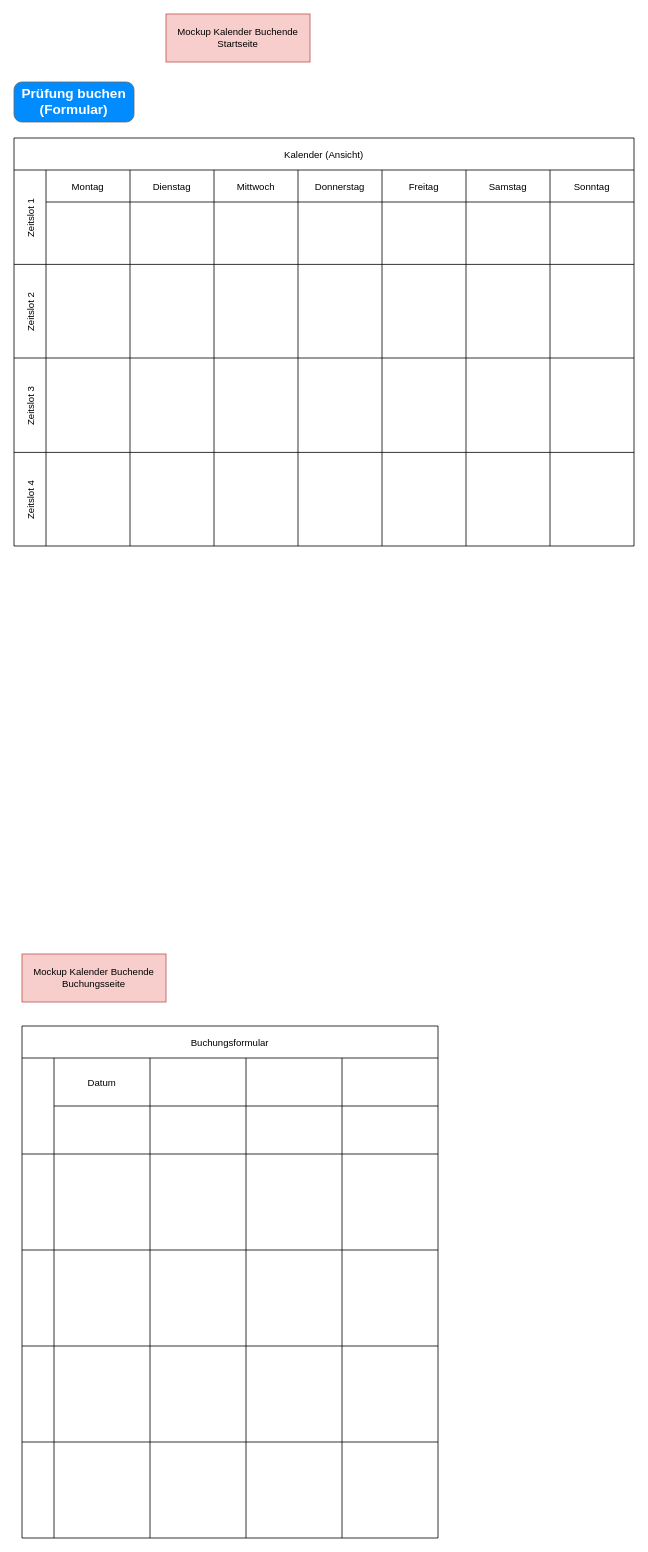
Before: buchende.drawio in melanietreitinger/buchungstool, a draw.io diagram. Source tidied: cells renumbered, new cells numbered last; positions are measured from the earlier drawing's top-left corner, leaving out a move shared by most shapes. Both pictures are drawn from the tidied source at 80%, with x=0, y=0 at pixel (14, 14).
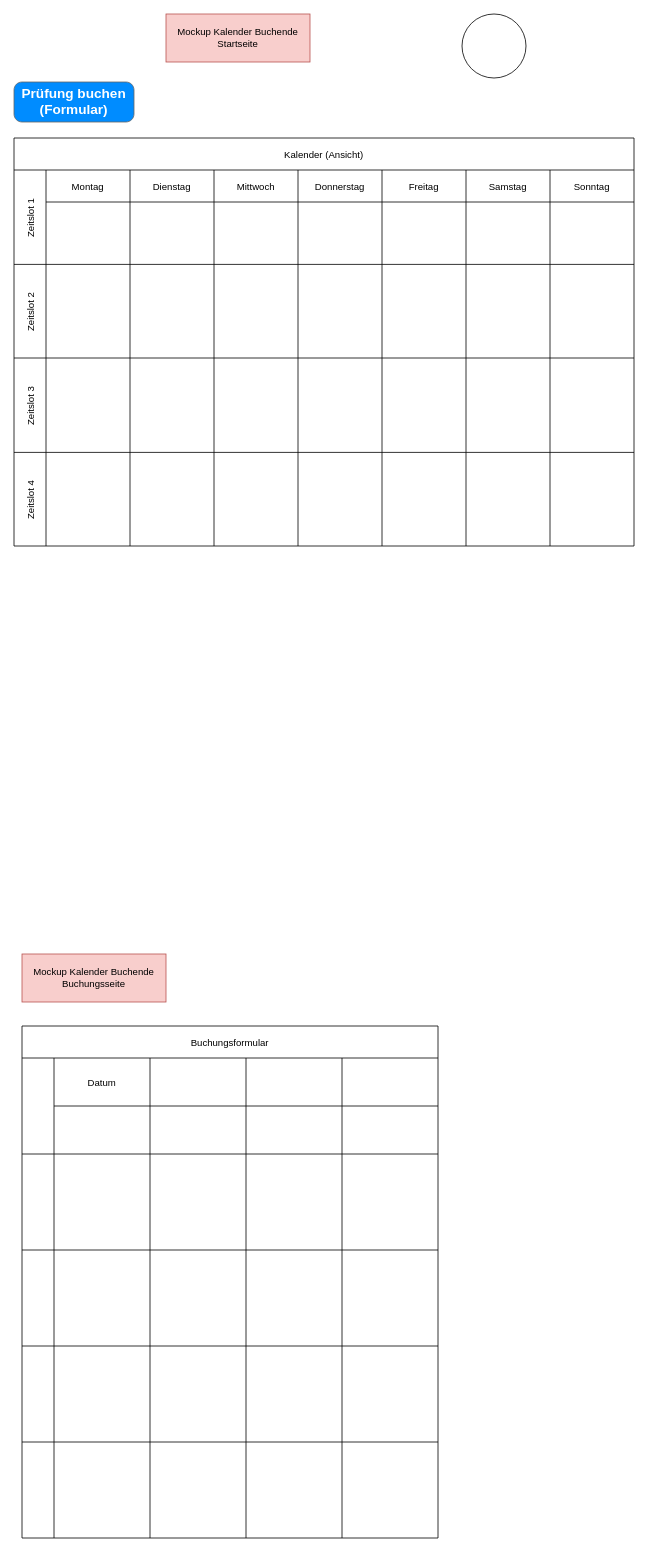
The same diagram, later.

Diff of the diagram source:
```diff
@@
+    <mxCell id="64" style="ellipse;whiteSpace=wrap;html=1;" parent="1" vertex="1">
+      <mxGeometry x="560" width="80" height="80" as="geometry" />
+    </mxCell>
```
